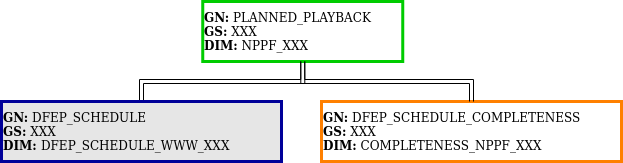
Earlier version of the draw.io export doc/fig/structure_ingestion_dfep_schedule.png (Daniel-Brosnan-Blazquez/s2boa). Source tidied: cells renumbered, new cells last; positions are measured from the earlier drawing's top-left corner, leaving out a move shared by most shapes.
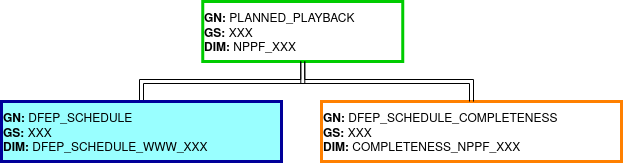
Later version of the same file.

Commit message:
Update insertion mode at DIM level for the ingestion of the NPPF and ORBPRE files

The edit, as a diff of the source:
```diff
@@ -8,7 +8,7 @@
     <mxCell id="3" style="edgeStyle=orthogonalEdgeStyle;shape=link;rounded=0;jettySize=auto;html=1;exitX=0.5;exitY=0;exitDx=0;exitDy=0;entryX=0.5;entryY=1;entryDx=0;entryDy=0;" parent="1" edge="1" source="4" target="2">
       <mxGeometry relative="1" as="geometry" />
     </mxCell>
-    <mxCell id="4" value="&lt;div&gt;&lt;b&gt;GN:&lt;/b&gt; DFEP_SCHEDULE&lt;/div&gt;&lt;div&gt;&lt;b&gt;GS:&lt;/b&gt; XXX&lt;/div&gt;&lt;div&gt;&lt;b&gt;DIM: &lt;/b&gt;DFEP_SCHEDULE_WWW_XXX&lt;br&gt;&lt;/div&gt;" style="rounded=0;whiteSpace=wrap;html=1;align=left;strokeColor=#000099;strokeWidth=3;fillColor=#E6E6E6;" parent="1" vertex="1">
+    <mxCell id="4" value="&lt;div&gt;&lt;b&gt;GN:&lt;/b&gt; DFEP_SCHEDULE&lt;/div&gt;&lt;div&gt;&lt;b&gt;GS:&lt;/b&gt; XXX&lt;/div&gt;&lt;div&gt;&lt;b&gt;DIM: &lt;/b&gt;DFEP_SCHEDULE_WWW_XXX&lt;br&gt;&lt;/div&gt;" style="rounded=0;whiteSpace=wrap;html=1;align=left;strokeColor=#000099;strokeWidth=3;fillColor=#99FFFF;" parent="1" vertex="1">
       <mxGeometry y="100" width="280" height="60" as="geometry" />
     </mxCell>
     <mxCell id="5" value="&lt;div&gt;&lt;b&gt;GN:&lt;/b&gt; DFEP_SCHEDULE_COMPLETENESS&lt;/div&gt;&lt;div&gt;&lt;b&gt;GS:&lt;/b&gt; XXX&lt;/div&gt;&lt;div&gt;&lt;b&gt;DIM:&lt;/b&gt; COMPLETENESS_NPPF_XXX&lt;br&gt;&lt;/div&gt;" style="rounded=0;whiteSpace=wrap;html=1;align=left;strokeWidth=3;fillColor=#FFFFFF;strokeColor=#FF8000;" parent="1" vertex="1">
```
